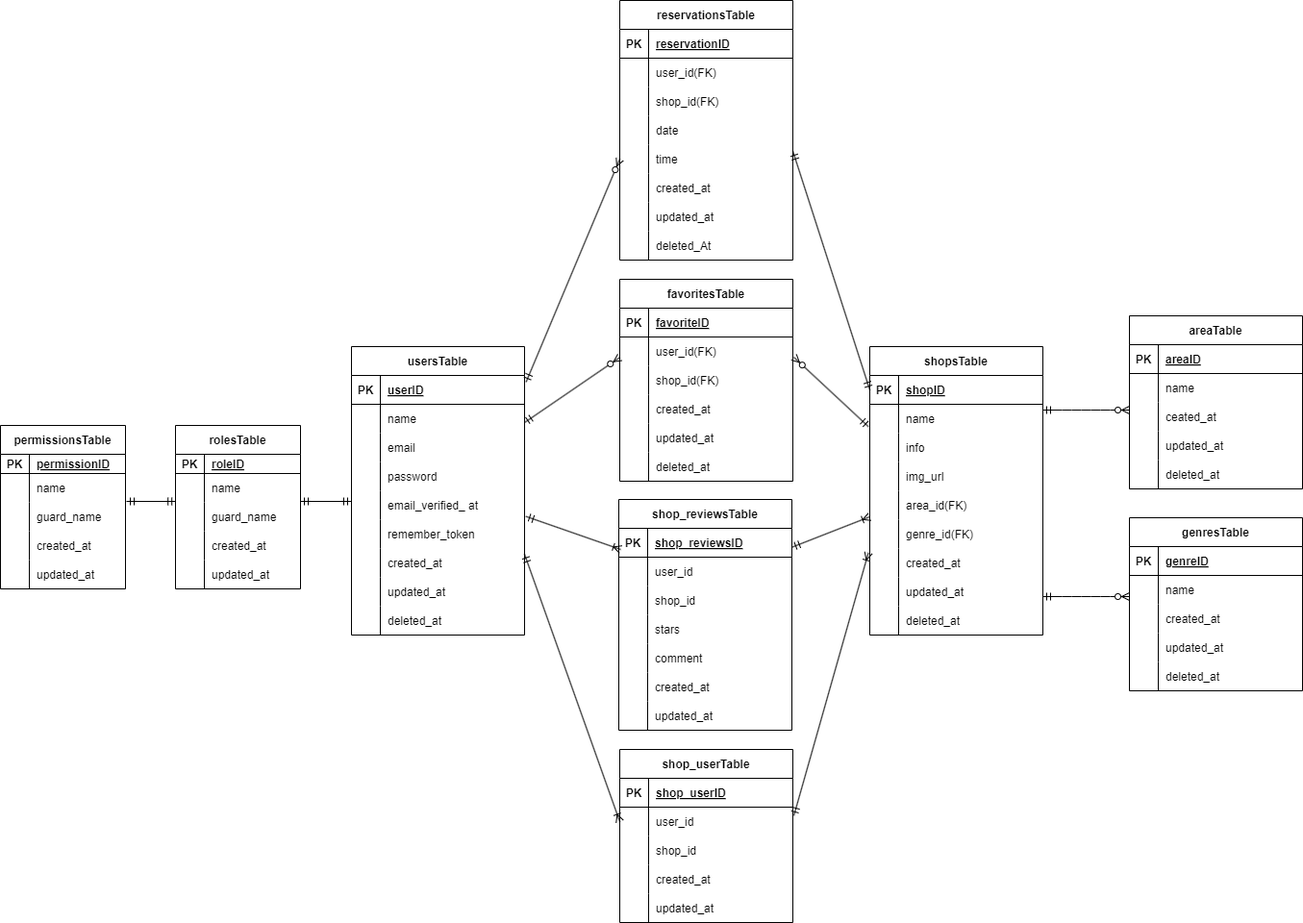
kozuka-yuko/Rese keeps this draw.io diagram as docs/er.drawio.png. Above is the earlier version. Source tidied: cells renumbered, new cells last; positions are measured from the earlier drawing's top-left corner, leaving out a move shared by most shapes.
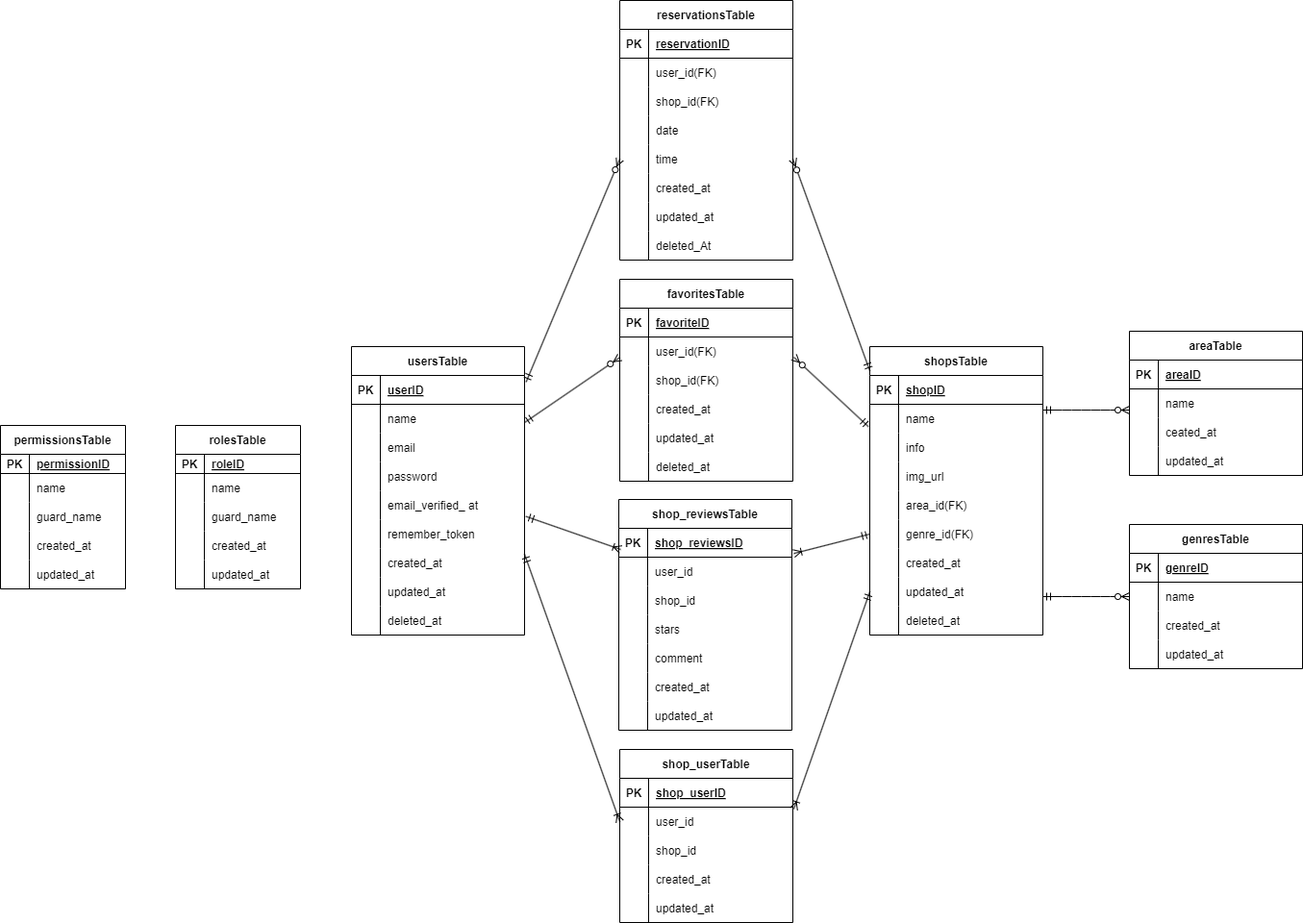
After the change.

The edit, as a diff of the source:
```diff
@@ -303,7 +303,7 @@
       <mxGeometry x="30" width="150" height="30" as="geometry" />
     </mxCell>
     <mxCell id="102" value="areaTable" style="shape=table;startSize=30;rowLines=0;fontStyle=1;align=center;" parent="1" vertex="1">
-      <mxGeometry x="1174" y="328" width="180" height="180" as="geometry" />
+      <mxGeometry x="1174" y="344" width="180" height="150" as="geometry" />
     </mxCell>
     <mxCell id="103" style="shape=tableRow;horizontal=0;startSize=0;swimlaneHead=0;swimlaneBody=0;fillColor=none;top=0;left=0;right=0;bottom=1;" parent="102" vertex="1">
       <mxGeometry y="30" width="180" height="30" as="geometry" />
@@ -341,17 +341,8 @@
     <mxCell id="114" value="updated_at" style="shape=partialRectangle;fillColor=none;top=0;left=0;bottom=0;right=0;align=left;spacingLeft=6;overflow=hidden;" parent="112" vertex="1">
       <mxGeometry x="30" width="150" height="30" as="geometry" />
     </mxCell>
-    <mxCell id="115" style="shape=tableRow;horizontal=0;startSize=0;swimlaneHead=0;swimlaneBody=0;fillColor=none;top=0;left=0;right=0;bottom=0;" parent="102" vertex="1">
-      <mxGeometry y="150" width="180" height="30" as="geometry" />
-    </mxCell>
-    <mxCell id="116" style="shape=partialRectangle;fillColor=none;top=0;left=0;bottom=0;right=0;overflow=hidden;" parent="115" vertex="1">
-      <mxGeometry width="30" height="30" as="geometry" />
-    </mxCell>
-    <mxCell id="117" value="deleted_at" style="shape=partialRectangle;fillColor=none;top=0;left=0;bottom=0;right=0;align=left;spacingLeft=6;overflow=hidden;" parent="115" vertex="1">
-      <mxGeometry x="30" width="150" height="30" as="geometry" />
-    </mxCell>
     <mxCell id="118" value="genresTable" style="shape=table;startSize=30;rowLines=0;fontStyle=1;align=center;" parent="1" vertex="1">
-      <mxGeometry x="1174" y="538" width="180" height="180" as="geometry" />
+      <mxGeometry x="1174" y="545" width="180" height="150" as="geometry" />
     </mxCell>
     <mxCell id="119" style="shape=tableRow;horizontal=0;startSize=0;swimlaneHead=0;swimlaneBody=0;fillColor=none;top=0;left=0;right=0;bottom=1;" parent="118" vertex="1">
       <mxGeometry y="30" width="180" height="30" as="geometry" />
@@ -389,15 +380,6 @@
     <mxCell id="130" value="updated_at" style="shape=partialRectangle;fillColor=none;top=0;left=0;bottom=0;right=0;align=left;spacingLeft=6;overflow=hidden;" parent="128" vertex="1">
       <mxGeometry x="30" width="150" height="30" as="geometry" />
     </mxCell>
-    <mxCell id="131" style="shape=tableRow;horizontal=0;startSize=0;swimlaneHead=0;swimlaneBody=0;fillColor=none;top=0;left=0;right=0;bottom=0;" parent="118" vertex="1">
-      <mxGeometry y="150" width="180" height="30" as="geometry" />
-    </mxCell>
-    <mxCell id="132" style="shape=partialRectangle;fillColor=none;top=0;left=0;bottom=0;right=0;overflow=hidden;" parent="131" vertex="1">
-      <mxGeometry width="30" height="30" as="geometry" />
-    </mxCell>
-    <mxCell id="133" value="deleted_at" style="shape=partialRectangle;fillColor=none;top=0;left=0;bottom=0;right=0;align=left;spacingLeft=6;overflow=hidden;" parent="131" vertex="1">
-      <mxGeometry x="30" width="150" height="30" as="geometry" />
-    </mxCell>
     <mxCell id="134" style="fontSize=12;html=1;endArrow=ERzeroToMany;startArrow=ERmandOne;exitX=1.009;exitY=0.227;exitDx=0;exitDy=0;entryX=0;entryY=0.5;entryDx=0;entryDy=0;exitPerimeter=0;" parent="1" edge="1" source="3" target="43">
       <mxGeometry relative="1" as="geometry" />
     </mxCell>
@@ -407,9 +389,6 @@
         <mxPoint x="644.2" y="371.2" as="targetPoint" />
       </mxGeometry>
     </mxCell>
-    <mxCell id="136" style="fontSize=12;html=1;endArrow=ERmandOne;startArrow=ERmandOne;exitX=1.001;exitY=0.24;exitDx=0;exitDy=0;exitPerimeter=0;entryX=0;entryY=0.5;entryDx=0;entryDy=0;" parent="1" edge="1" source="43" target="75">
-      <mxGeometry relative="1" as="geometry" />
-    </mxCell>
     <mxCell id="137" style="fontSize=12;html=1;endArrow=ERzeroToMany;startArrow=ERmandOne;exitX=-0.008;exitY=0.773;exitDx=0;exitDy=0;exitPerimeter=0;" parent="1" edge="1" source="78">
       <mxGeometry relative="1" as="geometry">
         <mxPoint x="825" y="371" as="targetPoint" />
@@ -523,18 +502,6 @@
     <mxCell id="171" value="updated_at" style="shape=partialRectangle;fillColor=none;top=0;left=0;bottom=0;right=0;align=left;spacingLeft=6;overflow=hidden;" parent="169" vertex="1">
       <mxGeometry x="30" width="100" height="30" as="geometry" />
     </mxCell>
-    <mxCell id="172" style="fontSize=12;html=1;endArrow=ERmandOne;startArrow=ERmandOne;entryX=0.017;entryY=0.967;entryDx=0;entryDy=0;entryPerimeter=0;" parent="1" edge="1">
-      <mxGeometry relative="1" as="geometry">
-        <mxPoint x="131" y="521" as="sourcePoint" />
-        <mxPoint x="182.2" y="521" as="targetPoint" />
-      </mxGeometry>
-    </mxCell>
-    <mxCell id="173" style="fontSize=12;html=1;endArrow=ERmandOne;startArrow=ERmandOne;" parent="1" edge="1">
-      <mxGeometry relative="1" as="geometry">
-        <mxPoint x="312" y="521" as="sourcePoint" />
-        <mxPoint x="365" y="521" as="targetPoint" />
-      </mxGeometry>
-    </mxCell>
     <mxCell id="174" value="shop_reviewsTable" style="shape=table;startSize=30;rowLines=0;fontStyle=1;align=center;" parent="1" vertex="1">
       <mxGeometry x="643" y="519" width="180" height="240" as="geometry" />
     </mxCell>
@@ -649,14 +616,13 @@
     <mxCell id="211" value="updated_at" style="shape=partialRectangle;fillColor=none;top=0;left=0;bottom=0;right=0;align=left;spacingLeft=6;overflow=hidden;" parent="209" vertex="1">
       <mxGeometry x="30" width="150" height="30" as="geometry" />
     </mxCell>
-    <mxCell id="212" style="fontSize=12;html=1;endArrow=ERoneToMany;startArrow=ERmandOne;exitX=1.001;exitY=0.887;exitDx=0;exitDy=0;exitPerimeter=0;entryX=0;entryY=0.5;entryDx=0;entryDy=0;" parent="1" edge="1">
-      <mxGeometry relative="1" as="geometry">
-        <mxPoint x="823.2" y="568.6" as="sourcePoint" />
-        <mxPoint x="904" y="537" as="targetPoint" />
-      </mxGeometry>
+    <mxCell id="212" style="fontSize=12;html=1;endArrow=ERoneToMany;startArrow=ERmandOne;entryX=1.011;entryY=-0.127;entryDx=0;entryDy=0;entryPerimeter=0;exitX=0;exitY=0.5;exitDx=0;exitDy=0;" parent="1" edge="1" source="90" target="178">
+      <mxGeometry relative="1" as="geometry" />
     </mxCell>
-    <mxCell id="213" style="fontSize=12;html=1;endArrow=ERoneToMany;startArrow=ERmandOne;entryX=-0.008;entryY=1.147;entryDx=0;entryDy=0;entryPerimeter=0;exitX=1.006;exitY=0.293;exitDx=0;exitDy=0;exitPerimeter=0;" parent="1" edge="1" source="200" target="90">
-      <mxGeometry relative="1" as="geometry" />
+    <mxCell id="213" style="fontSize=12;html=1;endArrow=ERoneToMany;startArrow=ERmandOne;exitX=0;exitY=0.5;exitDx=0;exitDy=0;" parent="1" edge="1" source="96">
+      <mxGeometry relative="1" as="geometry">
+        <mxPoint x="825" y="841" as="targetPoint" />
+      </mxGeometry>
     </mxCell>
     <mxCell id="214" style="fontSize=12;html=1;endArrow=ERoneToMany;startArrow=ERmandOne;exitX=1.013;exitY=-0.08;exitDx=0;exitDy=0;exitPerimeter=0;" parent="1" edge="1">
       <mxGeometry relative="1" as="geometry">
@@ -667,5 +633,8 @@
     <mxCell id="215" style="fontSize=12;html=1;endArrow=ERoneToMany;startArrow=ERmandOne;exitX=1;exitY=1.2;exitDx=0;exitDy=0;entryX=0;entryY=0.5;entryDx=0;entryDy=0;exitPerimeter=0;" parent="1" edge="1" source="18" target="200">
       <mxGeometry relative="1" as="geometry" />
     </mxCell>
+    <mxCell id="216" style="fontSize=12;html=1;endArrow=ERzeroToMany;startArrow=ERmandOne;entryX=1;entryY=0.5;entryDx=0;entryDy=0;exitX=0.001;exitY=-0.147;exitDx=0;exitDy=0;exitPerimeter=0;" parent="1" edge="1" source="75" target="43">
+      <mxGeometry relative="1" as="geometry" />
+    </mxCell>
   </root>
 </mxGraphModel>
```
